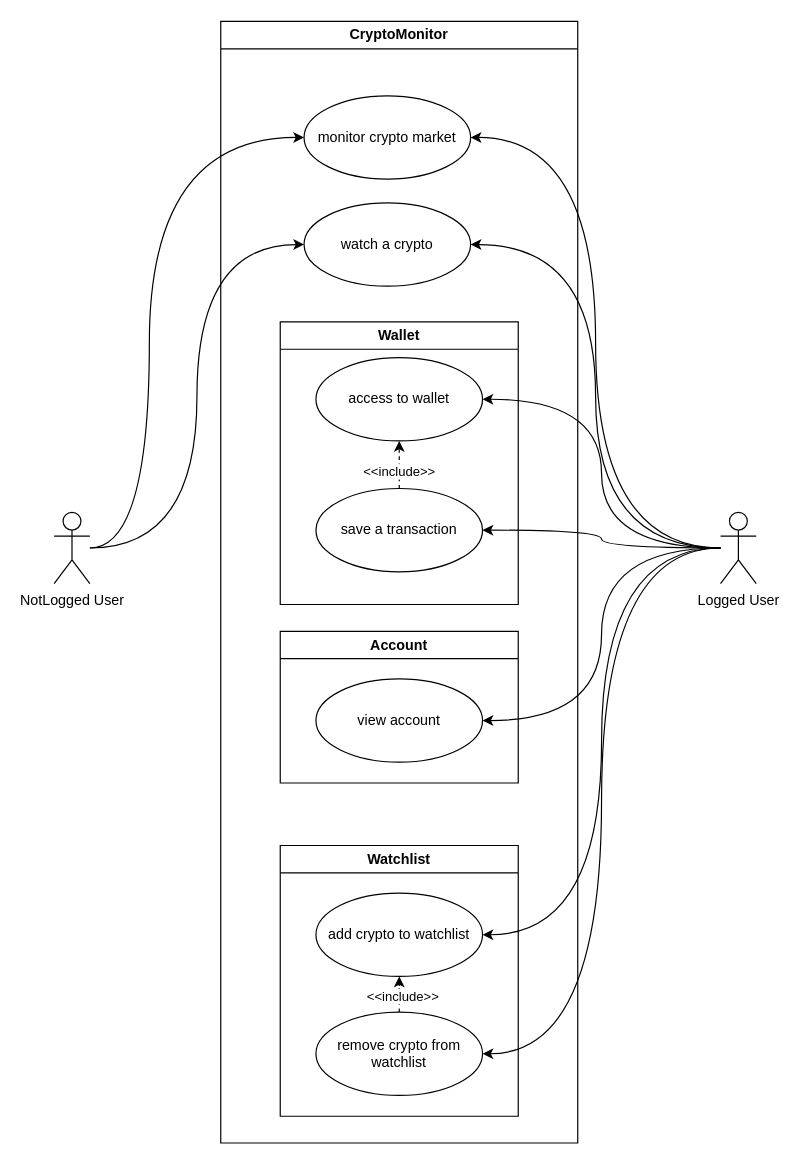
CryptoMonitorASW-SPE/documentation keeps this draw.io diagram as diagrams/usecase/usecase-generical.drawio. Above is the earlier version. Source tidied: cells renumbered, new cells numbered last; positions are measured from the earlier drawing's top-left corner, leaving out a move shared by most shapes. Both pictures are drawn from the tidied source at 119%, with x=0, y=0 at pixel (54, 21).
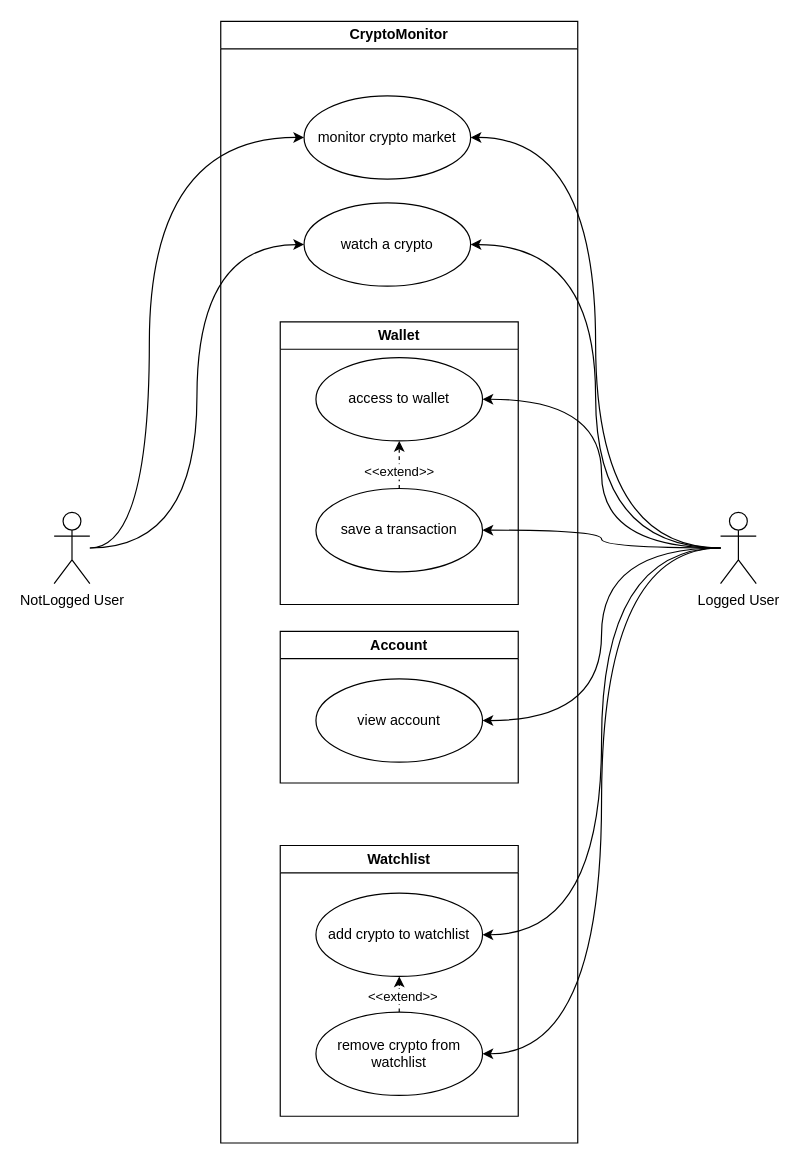
The same diagram, later.

Commit message (it also covers changes not shown here):
docs: update usecase diagrams

Unchanged cells that the change refers to:
```xml
<mxCell id="19" style="edgeStyle=orthogonalEdgeStyle;rounded=0;jettySize=auto;html=1;entryX=0.5;entryY=1;entryDx=0;entryDy=0;strokeColor=default;dashed=1;" parent="16" edge="1" source="18" target="17">
  <mxGeometry relative="1" as="geometry" />
</mxCell>
<mxCell id="25" style="edgeStyle=orthogonalEdgeStyle;rounded=0;jettySize=auto;html=1;entryX=0.5;entryY=1;entryDx=0;entryDy=0;dashed=1;" parent="23" edge="1" source="27" target="24">
  <mxGeometry relative="1" as="geometry" />
</mxCell>
```

Change to the diagram source:
```diff
@@
-    <mxCell id="20" value="&amp;lt;&amp;lt;include&amp;gt;&amp;gt;" style="edgeLabel;html=1;align=center;verticalAlign=middle;" parent="19" vertex="1">
+    <mxCell id="20" value="&amp;lt;&amp;lt;extend&amp;gt;&amp;gt;" style="edgeLabel;html=1;align=center;verticalAlign=middle;" parent="19" vertex="1">
       <mxGeometry x="-0.24" y="1" relative="1" as="geometry" />
     </mxCell>
@@
-    <mxCell id="26" value="&amp;lt;&amp;lt;include&amp;gt;&amp;gt;" style="edgeLabel;html=1;align=center;verticalAlign=middle;" parent="25" vertex="1">
+    <mxCell id="26" value="&amp;lt;&amp;lt;extend&amp;gt;&amp;gt;" style="edgeLabel;html=1;align=center;verticalAlign=middle;" parent="25" vertex="1">
       <mxGeometry x="0.05" y="2" relative="1" as="geometry" />
     </mxCell>
```
